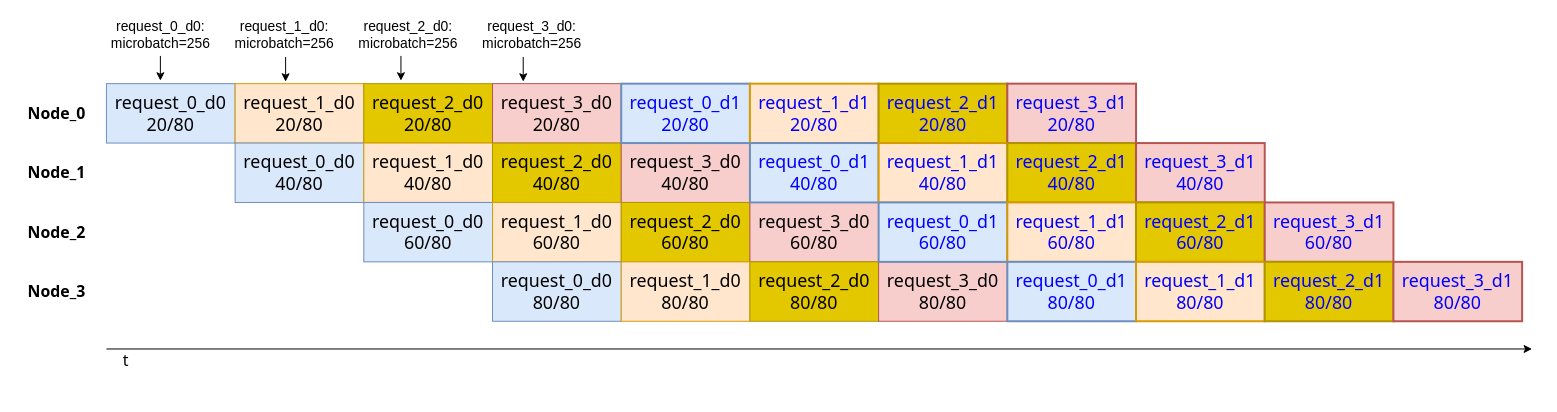
mindtoken/draw keeps this draw.io diagram as moe-parallel.drawio. Above is the earlier version. Source tidied: cells renumbered, new cells numbered last; positions are measured from the earlier drawing's top-left corner, leaving out a move shared by most shapes. Both pictures are drawn from the tidied source at 99%, with x=0, y=0 at pixel (17, 19).
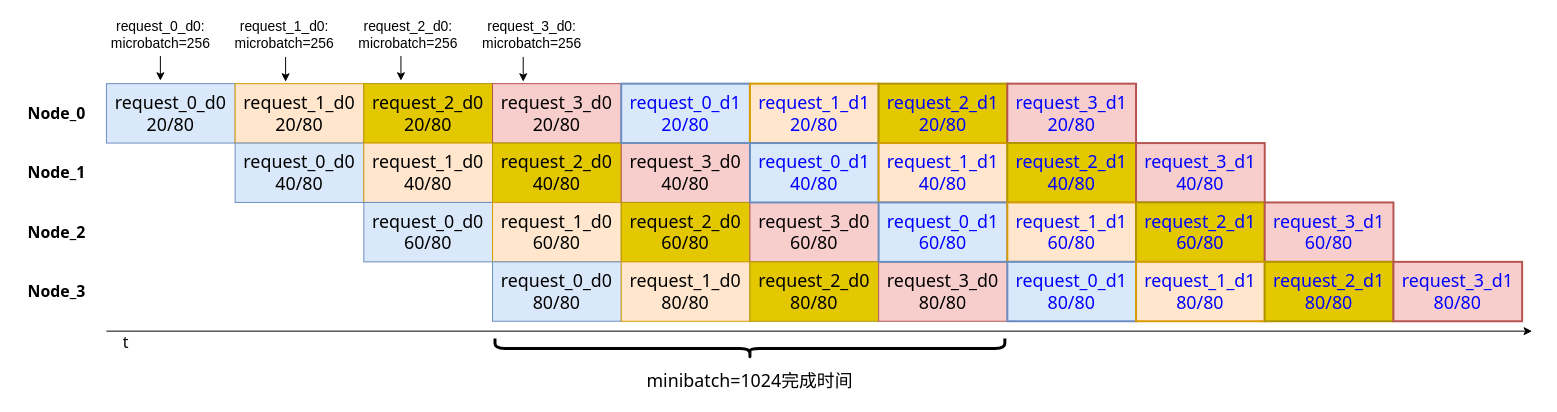
After the change.

What changed in the source:
```diff
@@
     <mxCell id="14" style="endArrow=classic;html=1;rounded=0;" parent="1" edge="1">
       <mxGeometry relative="1" as="geometry">
-        <mxPoint x="90" y="333" as="sourcePoint" />
-        <mxPoint x="1530" y="333" as="targetPoint" />
+        <mxPoint x="90" y="315" as="sourcePoint" />
+        <mxPoint x="1530" y="315" as="targetPoint" />
       </mxGeometry>
     </mxCell>
     <mxCell id="15" value="&lt;font face=&quot;Tahoma&quot; style=&quot;font-size: 16px;&quot;&gt;t&lt;/font&gt;" style="text;html=1;align=center;verticalAlign=middle;whiteSpace=wrap;rounded=0;" parent="1" vertex="1">
-      <mxGeometry x="100" y="330" width="20" height="30" as="geometry" />
+      <mxGeometry x="100" y="312" width="20" height="30" as="geometry" />
     </mxCell>
@@
+    <mxCell id="48" style="shape=curlyBracket;whiteSpace=wrap;html=1;rounded=1;labelPosition=left;verticalLabelPosition=middle;align=right;verticalAlign=middle;rotation=-90;strokeWidth=3;" parent="1" vertex="1">
+      <mxGeometry x="730" y="75" width="20" height="515" as="geometry" />
+    </mxCell>
+    <mxCell id="49" value="&lt;font style=&quot;font-size: 18px;&quot; face=&quot;Tahoma&quot;&gt;minibatch=1024完成时间&lt;/font&gt;" style="text;html=1;align=center;verticalAlign=middle;whiteSpace=wrap;rounded=0;" parent="1" vertex="1">
+      <mxGeometry x="630" y="350" width="220" height="30" as="geometry" />
+    </mxCell>
```
